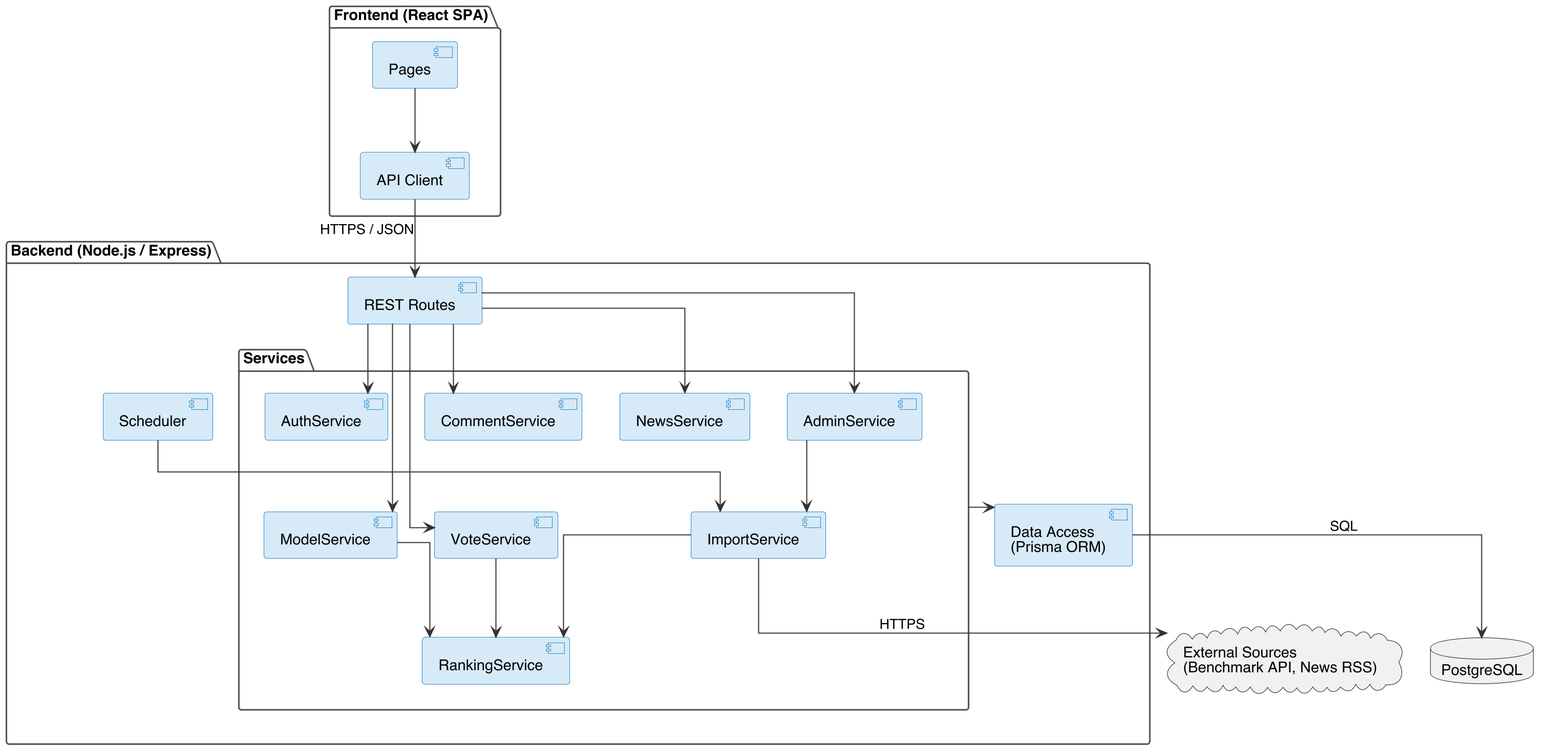
Before: docs/SDD/figures/components.png, a diagram exported from PlantUML (valgempp/Software-Engineering-Project). Its source is kept beside it as docs/SDD/figures/components.puml. Source of this version:
```plantuml
@startuml
!include style.iuml
skinparam ComponentBackgroundColor #D6EAF8
skinparam ComponentBorderColor #2E86C1
skinparam PackageBorderColor #555555
skinparam linetype ortho
package "Frontend (React SPA)" {
  component Pages
  component "API Client" as Client
}
package "Backend (Node.js / Express)" {
  component "REST Routes" as Routes
  package "Services" {
    component AuthService
    component ModelService
    component VoteService
    component CommentService
    component NewsService
    component AdminService
    component RankingService
    component ImportService
  }
  component Scheduler
  component "Data Access\n(Prisma ORM)" as DAL
}
database PostgreSQL as DB
cloud "External Sources\n(Benchmark API, News RSS)" as Ext
Pages --> Client
Client --> Routes : HTTPS / JSON
Routes --> AuthService
Routes --> ModelService
Routes --> VoteService
Routes --> CommentService
Routes --> NewsService
Routes --> AdminService
ModelService --> RankingService
VoteService --> RankingService
Scheduler --> ImportService
AdminService --> ImportService
ImportService --> RankingService
Services --> DAL
DAL --> DB : SQL
ImportService --> Ext : HTTPS
@enduml
```
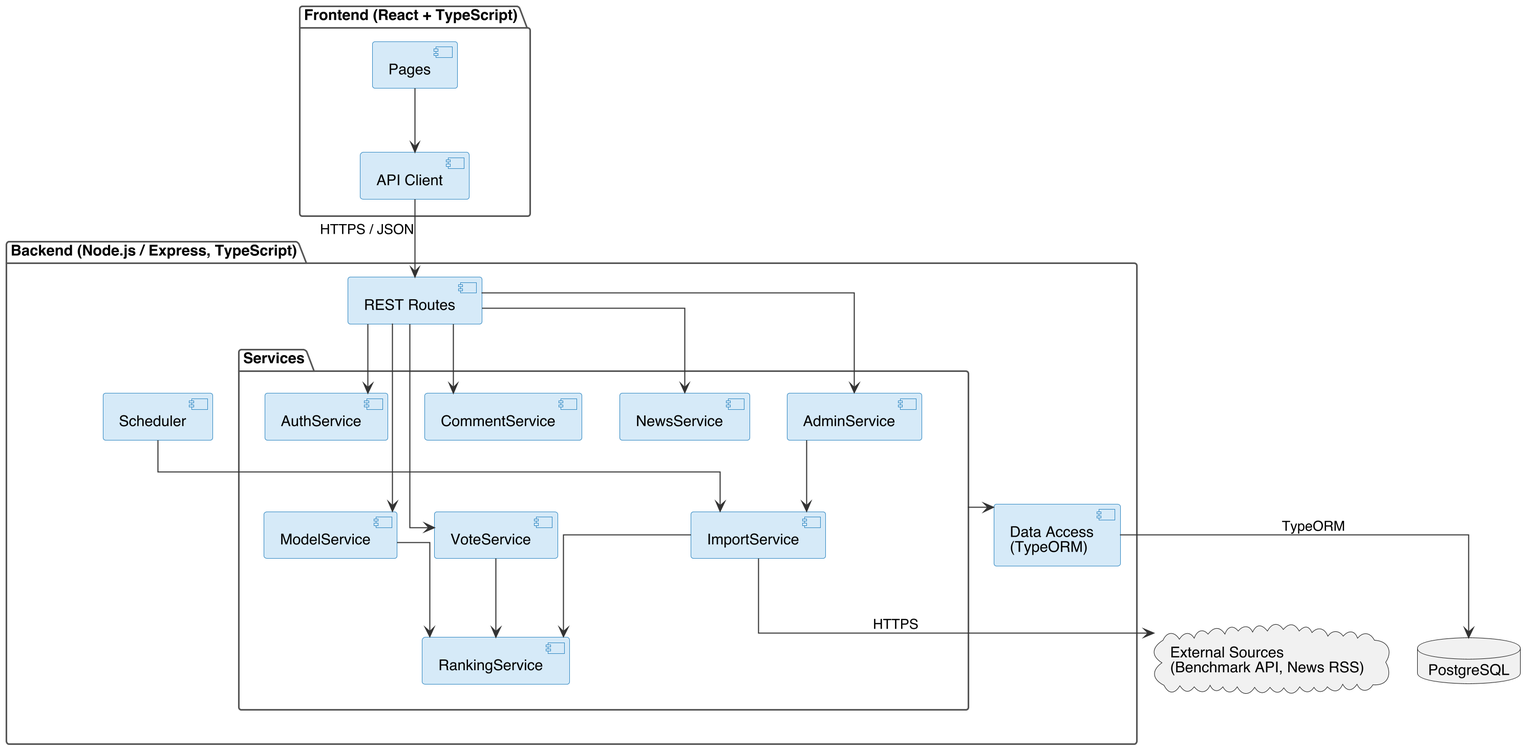
After the change.

Change to the diagram source:
```diff
@@ -4,11 +4,11 @@
 skinparam ComponentBorderColor #2E86C1
 skinparam PackageBorderColor #555555
 skinparam linetype ortho
-package "Frontend (React SPA)" {
+package "Frontend (React + TypeScript)" {
   component Pages
   component "API Client" as Client
 }
-package "Backend (Node.js / Express)" {
+package "Backend (Node.js / Express, TypeScript)" {
   component "REST Routes" as Routes
   package "Services" {
     component AuthService
@@ -21,7 +21,7 @@
     component ImportService
   }
   component Scheduler
-  component "Data Access\n(Prisma ORM)" as DAL
+  component "Data Access\n(TypeORM)" as DAL
 }
 database PostgreSQL as DB
 cloud "External Sources\n(Benchmark API, News RSS)" as Ext
@@ -39,6 +39,6 @@
 AdminService --> ImportService
 ImportService --> RankingService
 Services --> DAL
-DAL --> DB : SQL
+DAL --> DB : TypeORM
 ImportService --> Ext : HTTPS
 @enduml
```
